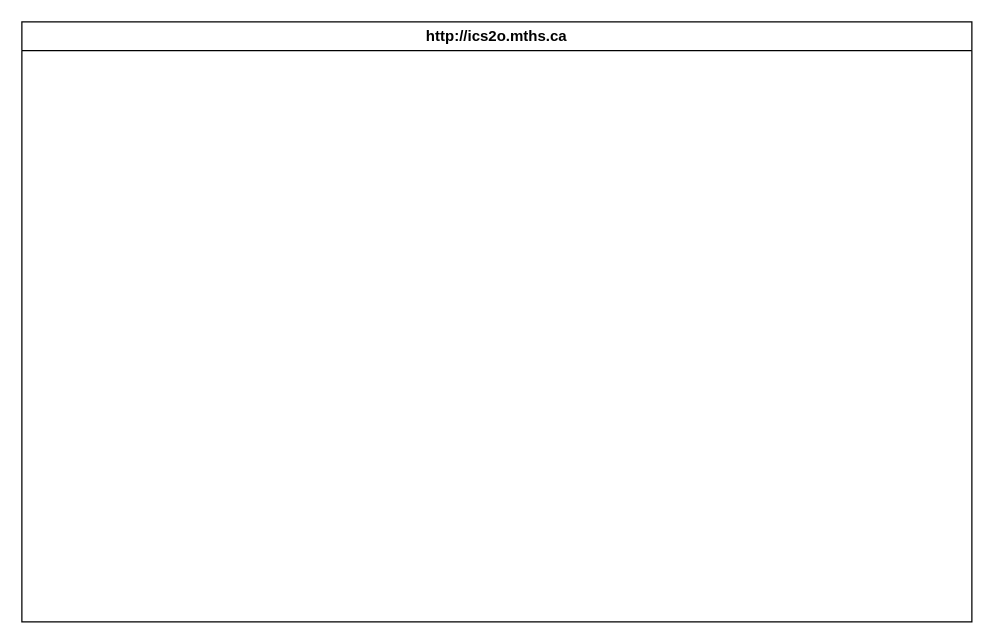
MTHS-ICD2O-1-2023/ICD2O-Unit-6-04-yoochan-han keeps this draw.io diagram as design/storyboard.drawio. Above is the earlier version. Source tidied: cells renumbered, new cells numbered last; positions are measured from the earlier drawing's top-left corner, leaving out a move shared by most shapes. Both pictures are drawn from the tidied source at 125%, with x=0, y=0 at pixel (21, 21).
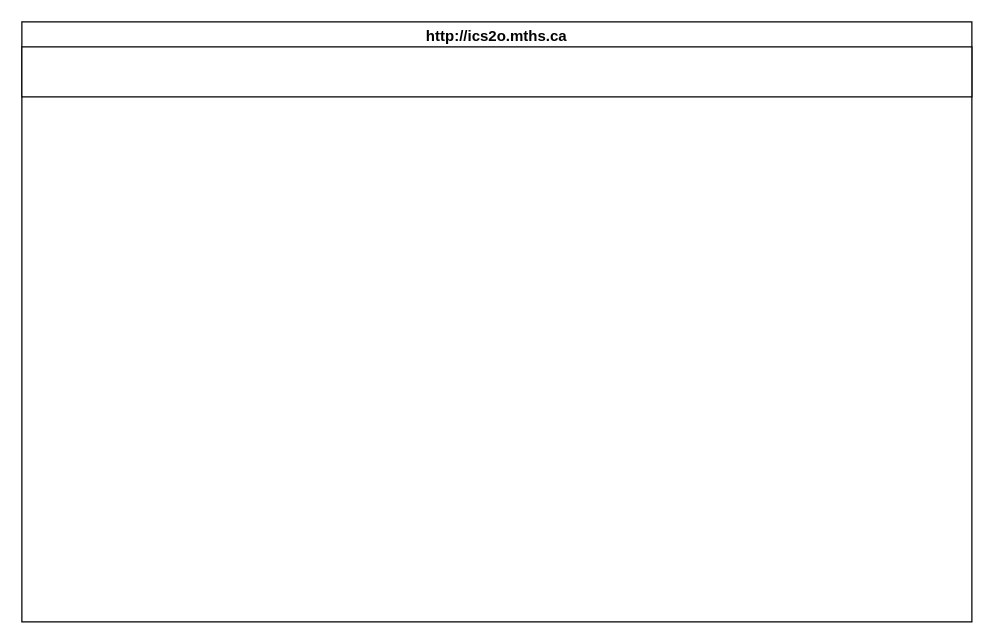
Above is the later version.

Diff of the diagram source:
```diff
@@
 <mxGraphModel>
   <root>
     <mxCell id="0" />
     <mxCell id="1" parent="0" />
     <mxCell id="2" value="http://ics2o.mths.ca" style="swimlane;whiteSpace=wrap;html=1;" parent="1" vertex="1">
       <mxGeometry width="760" height="480" as="geometry" />
     </mxCell>
+    <mxCell id="3" style="rounded=0;whiteSpace=wrap;html=1;" parent="2" vertex="1">
+      <mxGeometry y="20" width="760" height="40" as="geometry" />
+    </mxCell>
   </root>
 </mxGraphModel>
```
